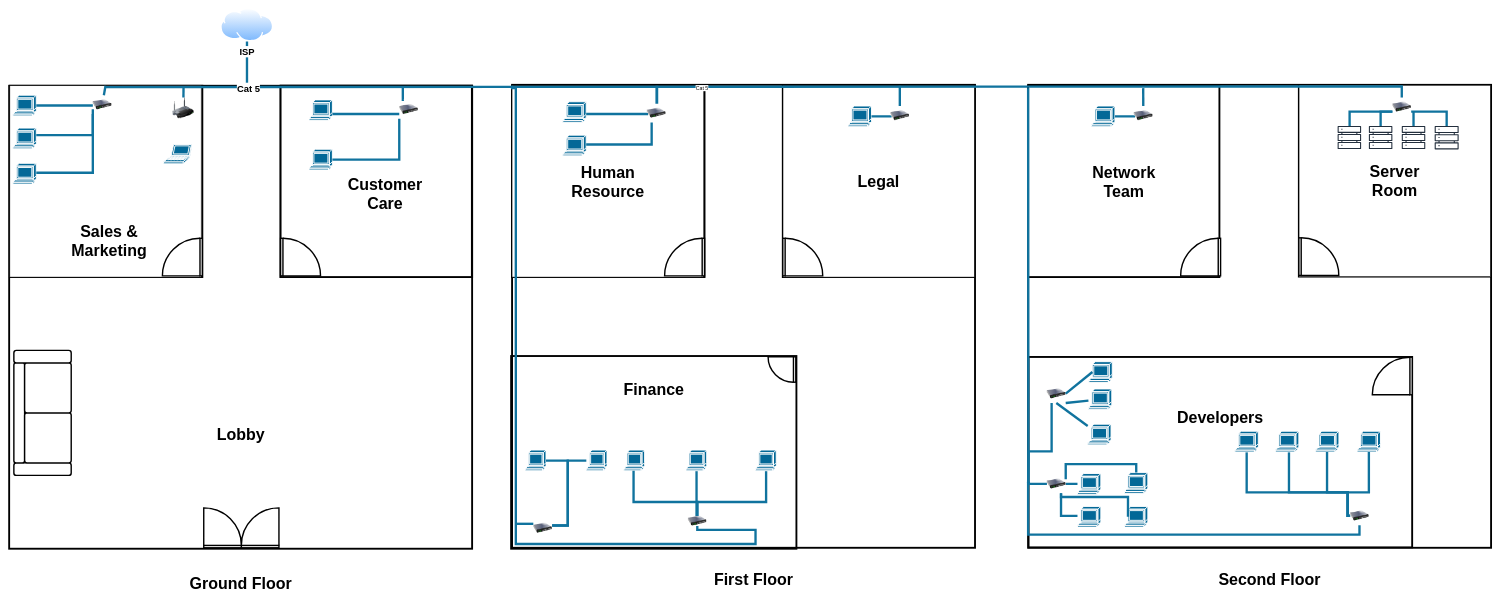
Above: floorplan.drawio in mashihimasha/UPW_Diagrams (draw.io), before the change. Source tidied: cells renumbered, new cells numbered last; positions are measured from the earlier drawing's top-left corner, leaving out a move shared by most shapes. Both pictures are drawn from the tidied source at 47%, with x=0, y=0 at pixel (-20, 8).
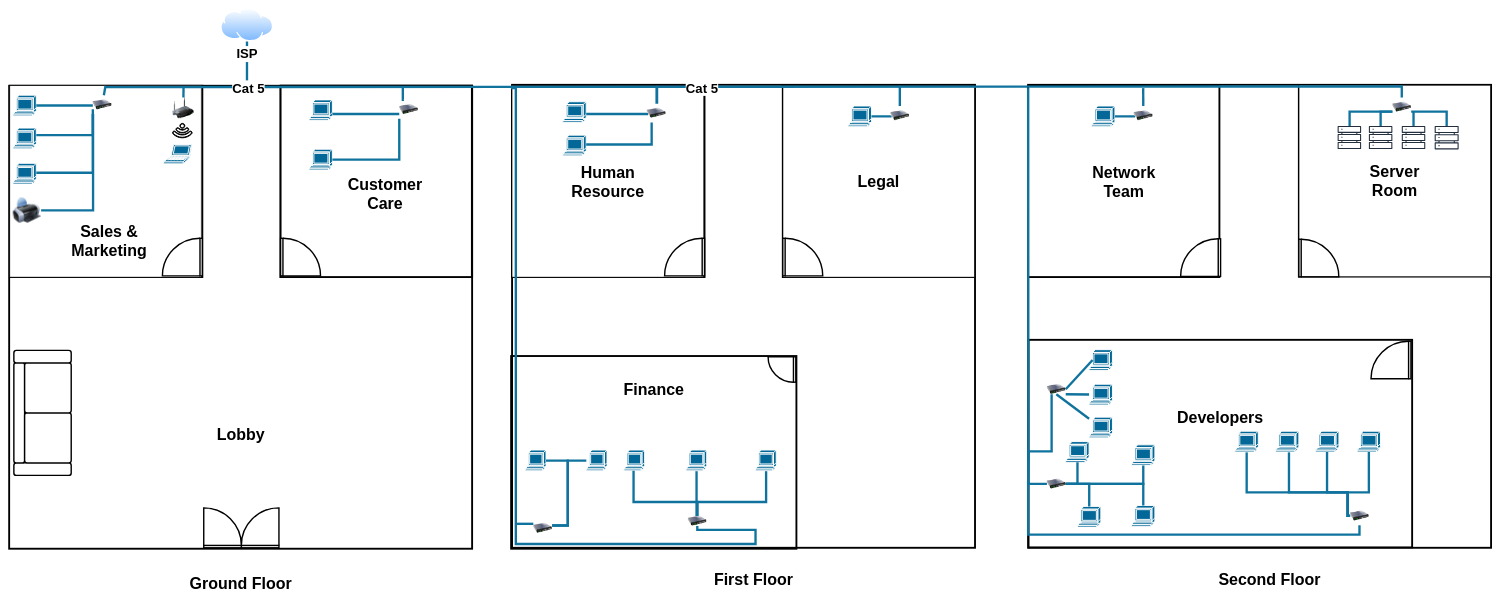
The same page after the edit.

The change refers to these unchanged cells:
```xml
<mxCell id="12" style="group;strokeWidth=4;strokeColor=default;" parent="1" vertex="1">
  <mxGeometry x="63.5" y="165" width="409.5" height="407" as="geometry" />
</mxCell>
<mxCell id="23" style="image;html=1;image=img/lib/clip_art/networking/Switch_128x128.png;" parent="12" vertex="1">
  <mxGeometry x="176.5" y="20" width="40" height="40" as="geometry" />
</mxCell>
<mxCell id="70" style="group;strokeColor=default;strokeWidth=4;" parent="1" vertex="1">
  <mxGeometry x="2806" y="164" width="407.5" height="407" as="geometry" />
</mxCell>
<mxCell id="84" style="group;" parent="1" vertex="1">
  <mxGeometry x="2230" y="165" width="409.5" height="407" as="geometry" />
</mxCell>
<mxCell id="102" style="shape=mxgraph.cisco.computers_and_peripherals.terminal;html=1;dashed=0;fillColor=#036897;strokeColor=#ffffff;strokeWidth=2;verticalLabelPosition=bottom;verticalAlign=top;align=center;outlineConnect=0;" parent="1" vertex="1">
  <mxGeometry x="2335" y="1060" width="49.7" height="44" as="geometry" />
</mxCell>
<mxCell id="116" style="image;html=1;image=img/lib/clip_art/networking/Switch_128x128.png;" parent="1" vertex="1">
  <mxGeometry x="2270" y="992" width="40" height="40" as="geometry" />
</mxCell>
<mxCell id="118" style="endArrow=none;html=1;rounded=0;fillColor=#b1ddf0;strokeColor=#10739e;strokeWidth=5;exitX=0.501;exitY=0.007;exitDx=0;exitDy=0;exitPerimeter=0;entryX=0.536;entryY=0.006;entryDx=0;entryDy=0;entryPerimeter=0;" parent="1" edge="1" source="13" target="71">
  <mxGeometry relative="1" as="geometry" />
</mxCell>
```

Change to the diagram source:
```diff
@@
+    <mxCell id="129" style="sketch=0;shadow=0;dashed=0;html=1;strokeColor=default;fillColor=#434445;labelPosition=center;verticalLabelPosition=bottom;verticalAlign=top;align=center;shape=mxgraph.vvd.wi_fi;rotation=-225;strokeWidth=2;" parent="12" vertex="1">
+      <mxGeometry x="351.2" y="84.2" width="31.5" height="31.5" as="geometry" />
+    </mxCell>
+    <mxCell id="130" style="image;html=1;image=img/lib/clip_art/computers/Printer_128x128.png;" parent="12" vertex="1">
+      <mxGeometry x="6.5" y="235" width="60" height="60" as="geometry" />
+    </mxCell>
+    <mxCell id="131" style="edgeStyle=orthogonalEdgeStyle;rounded=0;jettySize=auto;html=1;endArrow=none;endFill=0;strokeWidth=5;fillColor=#b1ddf0;strokeColor=#10739e;" parent="12" edge="1" source="23" target="130">
+      <mxGeometry relative="1" as="geometry">
+        <Array as="points">
+          <mxPoint x="177" y="265" />
+        </Array>
+      </mxGeometry>
+    </mxCell>
@@
     <mxCell id="72" style="verticalLabelPosition=bottom;html=1;verticalAlign=top;align=center;shape=mxgraph.floorplan.doorLeft;rotation=-90;strokeWidth=3;" parent="70" vertex="1">
-      <mxGeometry x="2.5" y="322" width="80" height="85" as="geometry" />
+      <mxGeometry x="2.5" y="325" width="80" height="85" as="geometry" />
     </mxCell>
@@
     <mxCell id="86" style="verticalLabelPosition=bottom;html=1;verticalAlign=top;align=center;shape=mxgraph.floorplan.doorRight;rotation=90;strokeWidth=3;" parent="84" vertex="1">
-      <mxGeometry x="327" y="322" width="80" height="85" as="geometry" />
+      <mxGeometry x="327" y="323" width="80" height="85" as="geometry" />
     </mxCell>
@@
     <mxCell id="92" style="whiteSpace=wrap;html=1;rotation=90;strokeWidth=4;" parent="1" vertex="1">
-      <mxGeometry x="2436.5" y="536.5" width="405.1" height="816.1" as="geometry" />
+      <mxGeometry x="2418.2" y="518.3" width="441.6" height="816.1" as="geometry" />
     </mxCell>
@@
     <mxCell id="101" style="shape=mxgraph.cisco.computers_and_peripherals.terminal;html=1;dashed=0;fillColor=#036897;strokeColor=#ffffff;strokeWidth=2;verticalLabelPosition=bottom;verticalAlign=top;align=center;outlineConnect=0;" parent="1" vertex="1">
-      <mxGeometry x="2435" y="1060" width="49.7" height="44" as="geometry" />
+      <mxGeometry x="2450" y="1058" width="49.7" height="44" as="geometry" />
     </mxCell>
@@
     <mxCell id="103" style="shape=mxgraph.cisco.computers_and_peripherals.terminal;html=1;dashed=0;fillColor=#036897;strokeColor=#ffffff;strokeWidth=2;verticalLabelPosition=bottom;verticalAlign=top;align=center;outlineConnect=0;" parent="1" vertex="1">
-      <mxGeometry x="2335" y="990" width="49.7" height="44" as="geometry" />
+      <mxGeometry x="2310" y="922" width="49.7" height="44" as="geometry" />
     </mxCell>
     <mxCell id="104" style="shape=mxgraph.cisco.computers_and_peripherals.terminal;html=1;dashed=0;fillColor=#036897;strokeColor=#ffffff;strokeWidth=2;verticalLabelPosition=bottom;verticalAlign=top;align=center;outlineConnect=0;" parent="1" vertex="1">
-      <mxGeometry x="2356.7" y="885" width="49.7" height="44" as="geometry" />
+      <mxGeometry x="2359.7" y="870" width="49.7" height="44" as="geometry" />
     </mxCell>
     <mxCell id="105" style="shape=mxgraph.cisco.computers_and_peripherals.terminal;html=1;dashed=0;fillColor=#036897;strokeColor=#ffffff;strokeWidth=2;verticalLabelPosition=bottom;verticalAlign=top;align=center;outlineConnect=0;" parent="1" vertex="1">
-      <mxGeometry x="2435" y="988" width="49.7" height="44" as="geometry" />
+      <mxGeometry x="2450" y="929" width="49.7" height="44" as="geometry" />
     </mxCell>
     <mxCell id="106" style="shape=mxgraph.cisco.computers_and_peripherals.terminal;html=1;dashed=0;fillColor=#036897;strokeColor=#ffffff;strokeWidth=2;verticalLabelPosition=bottom;verticalAlign=top;align=center;outlineConnect=0;" parent="1" vertex="1">
-      <mxGeometry x="2359.3" y="752" width="49.7" height="44" as="geometry" />
+      <mxGeometry x="2359.7" y="726.5" width="49.7" height="44" as="geometry" />
     </mxCell>
     <mxCell id="107" style="shape=mxgraph.cisco.computers_and_peripherals.terminal;html=1;dashed=0;fillColor=#036897;strokeColor=#ffffff;strokeWidth=2;verticalLabelPosition=bottom;verticalAlign=top;align=center;outlineConnect=0;" parent="1" vertex="1">
-      <mxGeometry x="2358.3" y="810" width="49.7" height="44" as="geometry" />
+      <mxGeometry x="2359.7" y="800" width="49.7" height="44" as="geometry" />
     </mxCell>
@@
-    <mxCell id="111" style="image;html=1;image=img/lib/clip_art/networking/Switch_128x128.png;" parent="1" vertex="1">
-      <mxGeometry x="2270" y="800" width="40" height="40" as="geometry" />
+    <mxCell id="111" style="image;html=1;image=img/lib/clip_art/networking/Switch_128x128.png;clipPath=inset(0% 0% 0% 0%);" parent="1" vertex="1">
+      <mxGeometry x="2270" y="800" width="40" height="21.3" as="geometry" />
     </mxCell>
@@
-    <mxCell id="113" style="edgeStyle=orthogonalEdgeStyle;rounded=0;jettySize=auto;html=1;exitX=1;exitY=0.5;exitDx=0;exitDy=0;endArrow=none;endFill=0;strokeWidth=5;fillColor=#b1ddf0;strokeColor=#10739e;" parent="1" edge="1" source="116" target="103">
-      <mxGeometry relative="1" as="geometry" />
+    <mxCell id="113" style="edgeStyle=orthogonalEdgeStyle;rounded=0;jettySize=auto;html=1;endArrow=none;endFill=0;strokeWidth=5;fillColor=#b1ddf0;strokeColor=#10739e;" parent="1" edge="1" source="116" target="103">
+      <mxGeometry relative="1" as="geometry">
+        <Array as="points">
+          <mxPoint x="2335" y="1012" />
+        </Array>
+      </mxGeometry>
     </mxCell>
     <mxCell id="114" style="rounded=0;jettySize=auto;html=1;endArrow=none;endFill=0;strokeWidth=5;fillColor=#b1ddf0;strokeColor=#10739e;edgeStyle=orthogonalEdgeStyle;" parent="1" edge="1" source="116" target="102">
       <mxGeometry relative="1" as="geometry">
         <Array as="points">
-          <mxPoint x="2300" y="1080" />
+          <mxPoint x="2360" y="1012" />
         </Array>
       </mxGeometry>
     </mxCell>
-    <mxCell id="115" style="rounded=0;jettySize=auto;html=1;exitX=1;exitY=0.25;exitDx=0;exitDy=0;endArrow=none;endFill=0;strokeWidth=5;fillColor=#b1ddf0;strokeColor=#10739e;edgeStyle=orthogonalEdgeStyle;" parent="1" edge="1" source="116" target="105">
+    <mxCell id="115" style="rounded=0;jettySize=auto;html=1;endArrow=none;endFill=0;strokeWidth=5;fillColor=#b1ddf0;strokeColor=#10739e;edgeStyle=orthogonalEdgeStyle;" parent="1" edge="1" source="116" target="105">
       <mxGeometry relative="1" as="geometry">
         <Array as="points">
-          <mxPoint x="2310" y="970" />
-          <mxPoint x="2460" y="970" />
+          <mxPoint x="2475" y="1012" />
         </Array>
       </mxGeometry>
     </mxCell>
@@
-    <mxCell id="119" value="Cat 5" style="edgeLabel;html=1;align=center;verticalAlign=middle;" parent="118" vertex="1">
+    <mxCell id="119" value="Cat 5" style="edgeLabel;html=1;align=center;verticalAlign=middle;fontStyle=1;fontSize=28;" parent="118" vertex="1">
       <mxGeometry x="-0.08" y="-2" relative="1" as="geometry" />
     </mxCell>
-    <mxCell id="120" value="Cat 5" style="edgeLabel;html=1;align=center;verticalAlign=middle;fontStyle=1;fontSize=20;" parent="118" vertex="1">
+    <mxCell id="120" value="Cat 5" style="edgeLabel;html=1;align=center;verticalAlign=middle;fontStyle=1;fontSize=28;" parent="118" vertex="1">
       <mxGeometry x="-0.78" y="-2" relative="1" as="geometry" />
     </mxCell>
@@
     <mxCell id="123" style="verticalLabelPosition=bottom;html=1;verticalAlign=top;align=center;shape=mxgraph.floorplan.doorRight;rotation=90;strokeWidth=3;" parent="1" vertex="1">
-      <mxGeometry x="2964.8" y="740" width="80" height="85" as="geometry" />
+      <mxGeometry x="2962" y="706" width="80" height="85" as="geometry" />
     </mxCell>
@@
-    <mxCell id="125" style="rounded=0;jettySize=auto;html=1;exitX=0.75;exitY=1;exitDx=0;exitDy=0;entryX=0.15;entryY=0.5;entryDx=0;entryDy=0;entryPerimeter=0;endArrow=none;endFill=0;strokeWidth=5;fillColor=#b1ddf0;strokeColor=#10739e;edgeStyle=orthogonalEdgeStyle;" parent="1" edge="1" source="116" target="101">
+    <mxCell id="125" style="rounded=0;jettySize=auto;html=1;endArrow=none;endFill=0;strokeWidth=5;fillColor=#b1ddf0;strokeColor=#10739e;edgeStyle=orthogonalEdgeStyle;" parent="1" edge="1" source="116" target="101">
       <mxGeometry relative="1" as="geometry">
         <Array as="points">
-          <mxPoint x="2300" y="1040" />
-          <mxPoint x="2443" y="1040" />
+          <mxPoint x="2475" y="1012" />
         </Array>
       </mxGeometry>
     </mxCell>
@@
-    <mxCell id="128" value="ISP" style="image;perimeter=ellipsePerimeter;html=1;align=center;shadow=0;dashed=0;spacingTop=3;image=img/lib/active_directory/internet_cloud.svg;fontStyle=1;fontSize=20;" parent="1" vertex="1">
+    <mxCell id="128" value="ISP" style="image;perimeter=ellipsePerimeter;html=1;align=center;shadow=0;dashed=0;spacingTop=3;image=img/lib/active_directory/internet_cloud.svg;fontStyle=1;fontSize=28;" parent="1" vertex="1">
       <mxGeometry x="512" width="112" height="70.6" as="geometry" />
     </mxCell>
```
